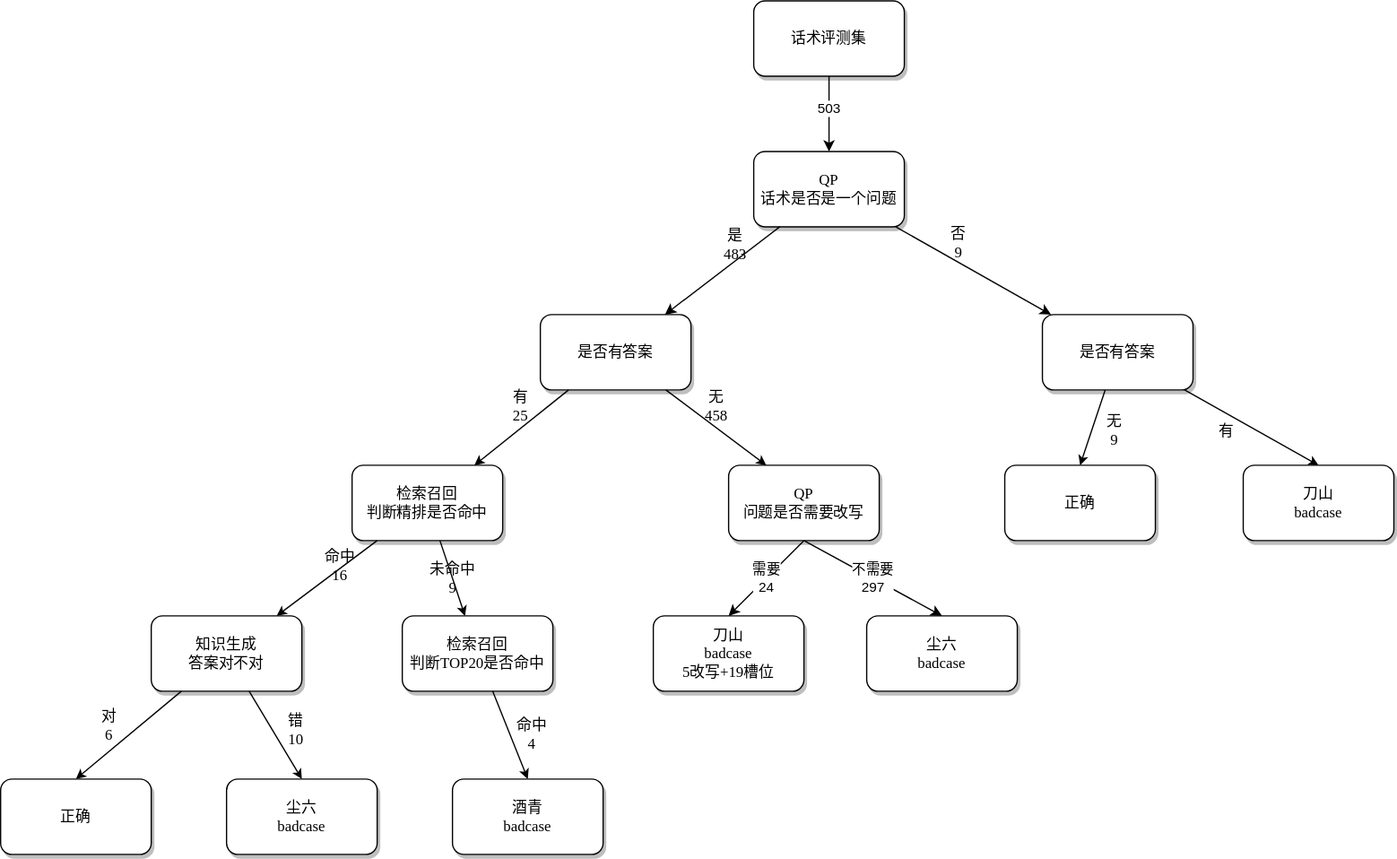
The draw.io diagram src/main/resources/未命名绘图.drawio.svg in gcaiwl/fundtest, before a commit. Source tidied: cells renumbered, new cells last; positions are measured from the earlier drawing's top-left corner, leaving out a move shared by most shapes.
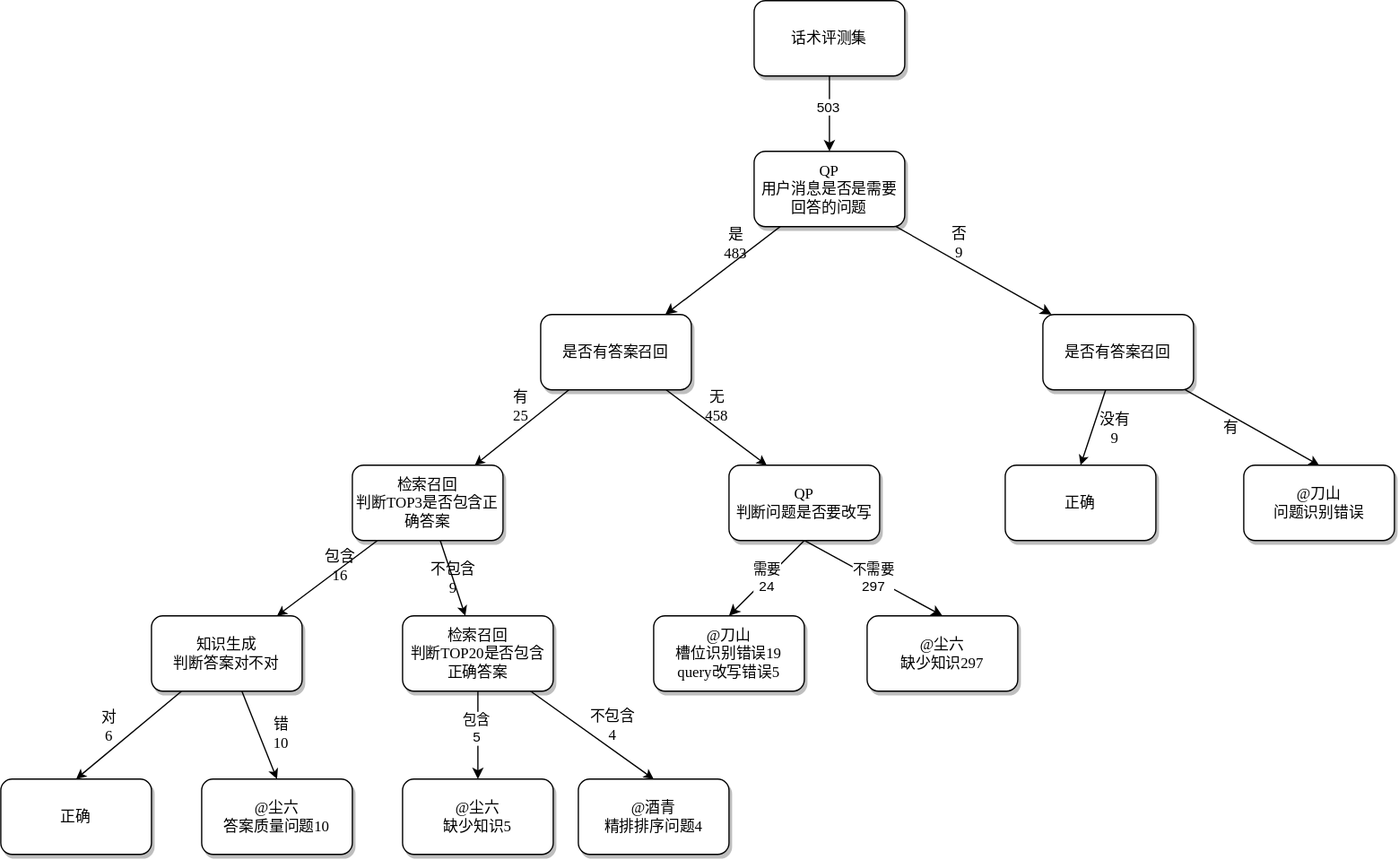
The same file after the commit.

Commit message:
更新未命名绘图.drawio.svg

Diff of the diagram source:
```diff
@@ -2,13 +2,13 @@
   <root>
     <mxCell id="0" />
     <mxCell id="1" parent="0" />
-    <mxCell id="2" value="QP&lt;br&gt;话术是否是一个问题" style="whiteSpace=wrap;html=1;rounded=1;shadow=1;labelBackgroundColor=none;strokeWidth=1;fontFamily=Verdana;fontSize=12;align=center;" parent="1" vertex="1">
+    <mxCell id="2" value="QP&lt;br&gt;用户消息是否是需要回答的问题" style="whiteSpace=wrap;html=1;rounded=1;shadow=1;labelBackgroundColor=none;strokeWidth=1;fontFamily=Verdana;fontSize=12;align=center;" parent="1" vertex="1">
       <mxGeometry x="600" y="120" width="120" height="60" as="geometry" />
     </mxCell>
-    <mxCell id="3" value="是否有答案" style="whiteSpace=wrap;html=1;rounded=1;shadow=1;labelBackgroundColor=none;strokeWidth=1;fontFamily=Verdana;fontSize=12;align=center;" parent="1" vertex="1">
+    <mxCell id="3" value="是否有答案召回" style="whiteSpace=wrap;html=1;rounded=1;shadow=1;labelBackgroundColor=none;strokeWidth=1;fontFamily=Verdana;fontSize=12;align=center;" parent="1" vertex="1">
       <mxGeometry x="430" y="250" width="120" height="60" as="geometry" />
     </mxCell>
-    <mxCell id="4" value="&lt;span&gt;是否有答案&lt;/span&gt;" style="whiteSpace=wrap;html=1;rounded=1;shadow=1;labelBackgroundColor=none;strokeWidth=1;fontFamily=Verdana;fontSize=12;align=center;" parent="1" vertex="1">
+    <mxCell id="4" value="是否有答案召回" style="whiteSpace=wrap;html=1;rounded=1;shadow=1;labelBackgroundColor=none;strokeWidth=1;fontFamily=Verdana;fontSize=12;align=center;" parent="1" vertex="1">
       <mxGeometry x="830" y="250" width="120" height="60" as="geometry" />
     </mxCell>
     <mxCell id="5" value="否&lt;br&gt;9" style="rounded=0;html=1;labelBackgroundColor=none;startArrow=none;startFill=0;endArrow=classic;endFill=1;jettySize=auto;strokeWidth=1;fontFamily=Verdana;fontSize=12;" parent="1" edge="1" source="2" target="4">
@@ -17,16 +17,22 @@
     <mxCell id="6" value="是&lt;br&gt;483" style="rounded=0;html=1;labelBackgroundColor=none;startArrow=none;startFill=0;endArrow=classic;endFill=1;jettySize=auto;strokeWidth=1;fontFamily=Verdana;fontSize=12;" parent="1" edge="1" source="2" target="3">
       <mxGeometry x="-0.36" y="-11" relative="1" as="geometry" />
     </mxCell>
-    <mxCell id="7" value="&lt;span&gt;检索召回&lt;br&gt;判断精排是否命中&lt;/span&gt;" style="whiteSpace=wrap;html=1;rounded=1;shadow=1;labelBackgroundColor=none;strokeWidth=1;fontFamily=Verdana;fontSize=12;align=center;" parent="1" vertex="1">
+    <mxCell id="7" value="&lt;span&gt;检索召回&lt;br&gt;判断TOP3是否包含正确答案&lt;/span&gt;" style="whiteSpace=wrap;html=1;rounded=1;shadow=1;labelBackgroundColor=none;strokeWidth=1;fontFamily=Verdana;fontSize=12;align=center;" parent="1" vertex="1">
       <mxGeometry x="280" y="370" width="120" height="60" as="geometry" />
     </mxCell>
-    <mxCell id="8" value="&lt;span&gt;QP&lt;br&gt;问题是否需要改写&lt;/span&gt;" style="whiteSpace=wrap;html=1;rounded=1;shadow=1;labelBackgroundColor=none;strokeWidth=1;fontFamily=Verdana;fontSize=12;align=center;" parent="1" vertex="1">
+    <mxCell id="8" value="&lt;span&gt;QP&lt;br&gt;判断问题是否要改写&lt;/span&gt;" style="whiteSpace=wrap;html=1;rounded=1;shadow=1;labelBackgroundColor=none;strokeWidth=1;fontFamily=Verdana;fontSize=12;align=center;" parent="1" vertex="1">
       <mxGeometry x="580" y="370" width="120" height="60" as="geometry" />
     </mxCell>
-    <mxCell id="9" value="知识生成&lt;br&gt;答案对不对" style="whiteSpace=wrap;html=1;rounded=1;shadow=1;labelBackgroundColor=none;strokeWidth=1;fontFamily=Verdana;fontSize=12;align=center;" parent="1" vertex="1">
+    <mxCell id="9" value="知识生成&lt;br&gt;判断答案对不对" style="whiteSpace=wrap;html=1;rounded=1;shadow=1;labelBackgroundColor=none;strokeWidth=1;fontFamily=Verdana;fontSize=12;align=center;" parent="1" vertex="1">
       <mxGeometry x="120" y="490" width="120" height="60" as="geometry" />
     </mxCell>
+    <mxCell id="32" style="edgeStyle=orthogonalEdgeStyle;rounded=0;jettySize=auto;html=1;exitX=0.5;exitY=1;exitDx=0;exitDy=0;entryX=0.5;entryY=0;entryDx=0;entryDy=0;" parent="1" edge="1" source="10" target="34">
+      <mxGeometry relative="1" as="geometry" />
+    </mxCell>
+    <mxCell id="33" value="包含&lt;br&gt;5" style="edgeLabel;html=1;align=center;verticalAlign=middle;" parent="32" vertex="1">
+      <mxGeometry x="-0.16" y="-1" relative="1" as="geometry" />
+    </mxCell>
-    <mxCell id="10" value="检索召回&lt;br&gt;判断TOP20是否命中" style="whiteSpace=wrap;html=1;rounded=1;shadow=1;labelBackgroundColor=none;strokeWidth=1;fontFamily=Verdana;fontSize=12;align=center;" parent="1" vertex="1">
+    <mxCell id="10" value="检索召回&lt;br&gt;判断TOP20是否包含正确答案" style="whiteSpace=wrap;html=1;rounded=1;shadow=1;labelBackgroundColor=none;strokeWidth=1;fontFamily=Verdana;fontSize=12;align=center;" parent="1" vertex="1">
       <mxGeometry x="320" y="490" width="120" height="60" as="geometry" />
     </mxCell>
     <mxCell id="11" value="有&lt;br&gt;25" style="rounded=0;html=1;labelBackgroundColor=none;startArrow=none;startFill=0;startSize=5;endArrow=classic;endFill=1;endSize=5;jettySize=auto;strokeWidth=1;fontFamily=Verdana;fontSize=12;" parent="1" edge="1" source="3" target="7">
@@ -36,15 +42,15 @@
       <mxGeometry x="-0.2" y="14" relative="1" as="geometry" />
     </mxCell>
     <mxCell id="13" value="有" style="rounded=0;html=1;labelBackgroundColor=none;startArrow=none;startFill=0;startSize=5;endArrow=classic;endFill=1;endSize=5;jettySize=auto;strokeWidth=1;fontFamily=Verdana;fontSize=12;entryX=0.5;entryY=0;entryDx=0;entryDy=0;" parent="1" edge="1" source="4" target="20">
-      <mxGeometry x="-0.26" y="-13" relative="1" as="geometry" />
+      <mxGeometry x="-0.24" y="-8" relative="1" as="geometry" />
     </mxCell>
-    <mxCell id="14" value="无&lt;br&gt;9" style="rounded=0;html=1;labelBackgroundColor=none;startArrow=none;startFill=0;startSize=5;endArrow=classic;endFill=1;endSize=5;jettySize=auto;strokeWidth=1;fontFamily=Verdana;fontSize=12;entryX=0.5;entryY=0;entryDx=0;entryDy=0;" parent="1" edge="1" source="4" target="21">
+    <mxCell id="14" value="没有&lt;br&gt;9" style="rounded=0;html=1;labelBackgroundColor=none;startArrow=none;startFill=0;startSize=5;endArrow=classic;endFill=1;endSize=5;jettySize=auto;strokeWidth=1;fontFamily=Verdana;fontSize=12;entryX=0.5;entryY=0;entryDx=0;entryDy=0;" parent="1" edge="1" source="4" target="21">
       <mxGeometry x="-0.13" y="17" relative="1" as="geometry" />
     </mxCell>
-    <mxCell id="15" value="命中&lt;br&gt;16" style="rounded=0;html=1;labelBackgroundColor=none;startArrow=none;startFill=0;startSize=5;endArrow=classic;endFill=1;endSize=5;jettySize=auto;strokeWidth=1;fontFamily=Verdana;fontSize=12;" parent="1" edge="1" source="7" target="9">
+    <mxCell id="15" value="包含&lt;br&gt;16" style="rounded=0;html=1;labelBackgroundColor=none;startArrow=none;startFill=0;startSize=5;endArrow=classic;endFill=1;endSize=5;jettySize=auto;strokeWidth=1;fontFamily=Verdana;fontSize=12;" parent="1" edge="1" source="7" target="9">
       <mxGeometry x="-0.28" y="-2" relative="1" as="geometry" />
     </mxCell>
-    <mxCell id="16" value="未命中&lt;br&gt;9" style="rounded=0;html=1;labelBackgroundColor=none;startArrow=none;startFill=0;startSize=5;endArrow=classic;endFill=1;endSize=5;jettySize=auto;strokeWidth=1;fontFamily=Verdana;fontSize=12;" parent="1" edge="1" source="7" target="10">
+    <mxCell id="16" value="不包含&lt;br&gt;9" style="rounded=0;html=1;labelBackgroundColor=none;startArrow=none;startFill=0;startSize=5;endArrow=classic;endFill=1;endSize=5;jettySize=auto;strokeWidth=1;fontFamily=Verdana;fontSize=12;" parent="1" edge="1" source="7" target="10">
       <mxGeometry relative="1" as="geometry" />
     </mxCell>
     <mxCell id="17" value="对&lt;br&gt;6" style="rounded=0;html=1;labelBackgroundColor=none;startArrow=none;startFill=0;startSize=5;endArrow=classic;endFill=1;endSize=5;jettySize=auto;strokeWidth=1;fontFamily=Verdana;fontSize=12;entryX=0.5;entryY=0;entryDx=0;entryDy=0;" parent="1" edge="1" source="9" target="25">
@@ -53,10 +59,10 @@
     <mxCell id="18" value="错&lt;br&gt;10" style="rounded=0;html=1;labelBackgroundColor=none;startArrow=none;startFill=0;startSize=5;endArrow=classic;endFill=1;endSize=5;jettySize=auto;strokeWidth=1;fontFamily=Verdana;fontSize=12;entryX=0.5;entryY=0;entryDx=0;entryDy=0;" parent="1" edge="1" source="9" target="26">
       <mxGeometry x="0.14" y="16" relative="1" as="geometry" />
     </mxCell>
-    <mxCell id="19" value="命中&lt;br&gt;4" style="rounded=0;html=1;labelBackgroundColor=none;startArrow=none;startFill=0;startSize=5;endArrow=classic;endFill=1;endSize=5;jettySize=auto;strokeWidth=1;fontFamily=Verdana;fontSize=12;entryX=0.5;entryY=0;entryDx=0;entryDy=0;" parent="1" edge="1" source="10" target="27">
+    <mxCell id="19" value="不包含&lt;br&gt;4" style="rounded=0;html=1;labelBackgroundColor=none;startArrow=none;startFill=0;startSize=5;endArrow=classic;endFill=1;endSize=5;jettySize=auto;strokeWidth=1;fontFamily=Verdana;fontSize=12;entryX=0.5;entryY=0;entryDx=0;entryDy=0;" parent="1" edge="1" source="10" target="27">
       <mxGeometry x="0.14" y="16" relative="1" as="geometry" />
     </mxCell>
-    <mxCell id="20" value="&lt;span&gt;刀山&lt;br&gt;badcase&lt;br&gt;&lt;/span&gt;" style="whiteSpace=wrap;html=1;rounded=1;shadow=1;labelBackgroundColor=none;strokeWidth=1;fontFamily=Verdana;fontSize=12;align=center;" parent="1" vertex="1">
+    <mxCell id="20" value="&lt;span&gt;@刀山&lt;br&gt;问题识别错误&lt;br&gt;&lt;/span&gt;" style="whiteSpace=wrap;html=1;rounded=1;shadow=1;labelBackgroundColor=none;strokeWidth=1;fontFamily=Verdana;fontSize=12;align=center;" parent="1" vertex="1">
       <mxGeometry x="990" y="370" width="120" height="60" as="geometry" />
     </mxCell>
     <mxCell id="21" value="&lt;span&gt;正确&lt;br&gt;&lt;/span&gt;" style="whiteSpace=wrap;html=1;rounded=1;shadow=1;labelBackgroundColor=none;strokeWidth=1;fontFamily=Verdana;fontSize=12;align=center;" parent="1" vertex="1">
@@ -74,16 +80,16 @@
     <mxCell id="25" value="正确" style="whiteSpace=wrap;html=1;rounded=1;shadow=1;labelBackgroundColor=none;strokeWidth=1;fontFamily=Verdana;fontSize=12;align=center;" parent="1" vertex="1">
       <mxGeometry y="620" width="120" height="60" as="geometry" />
     </mxCell>
-    <mxCell id="26" value="尘六&lt;br&gt;badcase" style="whiteSpace=wrap;html=1;rounded=1;shadow=1;labelBackgroundColor=none;strokeWidth=1;fontFamily=Verdana;fontSize=12;align=center;" parent="1" vertex="1">
-      <mxGeometry x="180" y="620" width="120" height="60" as="geometry" />
+    <mxCell id="26" value="@尘六&lt;br&gt;答案质量问题10" style="whiteSpace=wrap;html=1;rounded=1;shadow=1;labelBackgroundColor=none;strokeWidth=1;fontFamily=Verdana;fontSize=12;align=center;" parent="1" vertex="1">
+      <mxGeometry x="160" y="620" width="120" height="60" as="geometry" />
     </mxCell>
-    <mxCell id="27" value="酒青&lt;br&gt;badcase" style="whiteSpace=wrap;html=1;rounded=1;shadow=1;labelBackgroundColor=none;strokeWidth=1;fontFamily=Verdana;fontSize=12;align=center;" parent="1" vertex="1">
-      <mxGeometry x="360" y="620" width="120" height="60" as="geometry" />
+    <mxCell id="27" value="@酒青&lt;br&gt;精排排序问题4" style="whiteSpace=wrap;html=1;rounded=1;shadow=1;labelBackgroundColor=none;strokeWidth=1;fontFamily=Verdana;fontSize=12;align=center;" parent="1" vertex="1">
+      <mxGeometry x="460" y="620" width="120" height="60" as="geometry" />
     </mxCell>
-    <mxCell id="28" value="尘六&lt;br&gt;badcase" style="whiteSpace=wrap;html=1;rounded=1;shadow=1;labelBackgroundColor=none;strokeWidth=1;fontFamily=Verdana;fontSize=12;align=center;" parent="1" vertex="1">
+    <mxCell id="28" value="@尘六&lt;br&gt;缺少知识297" style="whiteSpace=wrap;html=1;rounded=1;shadow=1;labelBackgroundColor=none;strokeWidth=1;fontFamily=Verdana;fontSize=12;align=center;" parent="1" vertex="1">
       <mxGeometry x="690" y="490" width="120" height="60" as="geometry" />
     </mxCell>
-    <mxCell id="29" value="&lt;span&gt;刀山&lt;br&gt;badcase&lt;br&gt;5改写+19槽位&lt;br&gt;&lt;/span&gt;" style="whiteSpace=wrap;html=1;rounded=1;shadow=1;labelBackgroundColor=none;strokeWidth=1;fontFamily=Verdana;fontSize=12;align=center;" parent="1" vertex="1">
+    <mxCell id="29" value="&lt;span&gt;@刀山&lt;br&gt;槽位识别错误19&lt;br&gt;query改写错误5&lt;br&gt;&lt;/span&gt;" style="whiteSpace=wrap;html=1;rounded=1;shadow=1;labelBackgroundColor=none;strokeWidth=1;fontFamily=Verdana;fontSize=12;align=center;" parent="1" vertex="1">
       <mxGeometry x="520" y="490" width="120" height="60" as="geometry" />
     </mxCell>
     <mxCell id="30" value="需要&lt;br&gt;24" style="endArrow=classic;html=1;rounded=0;entryX=0.5;entryY=0;entryDx=0;entryDy=0;exitX=0.5;exitY=1;exitDx=0;exitDy=0;" parent="1" edge="1" source="8" target="29">
@@ -92,5 +98,8 @@
     <mxCell id="31" value="不需要&lt;br&gt;297" style="endArrow=classic;html=1;rounded=0;entryX=0.5;entryY=0;entryDx=0;entryDy=0;exitX=0.5;exitY=1;exitDx=0;exitDy=0;" parent="1" edge="1" source="8" target="28">
       <mxGeometry relative="1" as="geometry" />
     </mxCell>
+    <mxCell id="34" value="@尘六&lt;br&gt;缺少知识5" style="whiteSpace=wrap;html=1;rounded=1;shadow=1;labelBackgroundColor=none;strokeWidth=1;fontFamily=Verdana;fontSize=12;align=center;" parent="1" vertex="1">
+      <mxGeometry x="320" y="620" width="120" height="60" as="geometry" />
+    </mxCell>
   </root>
 </mxGraphModel>
```
